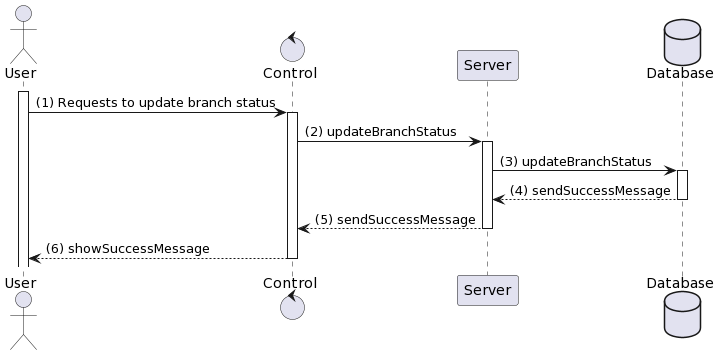
Above: Lab 1/Lab 1.2/sequence_diagram/branch_management/activate_deactivate_branch.png in H1eu69/SE357-Pratice-class (PlantUML), before the change.
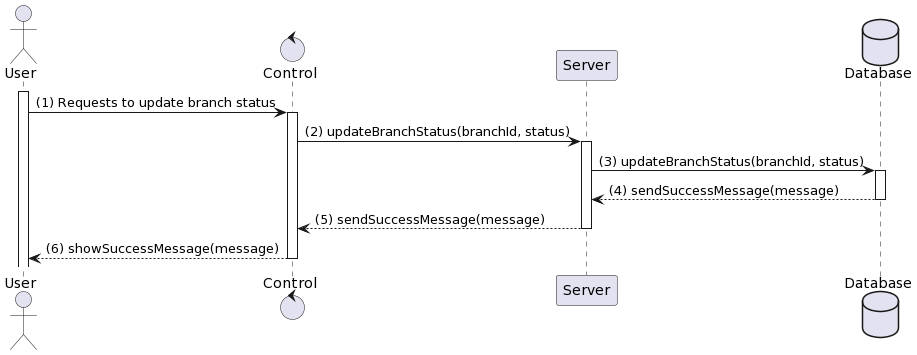
After the change.

What changed in the source:
```diff
@@ -7,14 +7,14 @@
 activate User
 User -> C: (1) Requests to update branch status
 activate C
-C -> S: (2) updateBranchStatus
+C -> S: (2) updateBranchStatus(branchId, status)
 activate S
-S -> Database: (3) updateBranchStatus
+S -> Database: (3) updateBranchStatus(branchId, status)
 activate Database
-Database --> S: (4) sendSuccessMessage
+Database --> S: (4) sendSuccessMessage(message)
 deactivate Database
-S --> C: (5) sendSuccessMessage
+S --> C: (5) sendSuccessMessage(message)
 deactivate S
-C --> User: (6) showSuccessMessage
+C --> User: (6) showSuccessMessage(message)
 deactivate C
 @enduml
```
